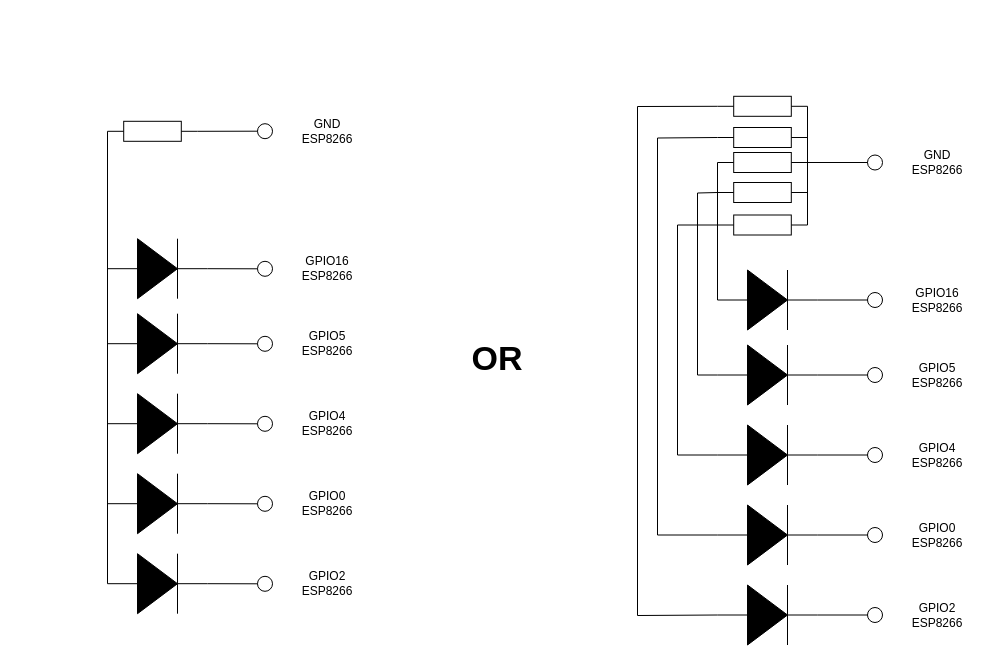
This is doc/diagram/movement_module.drawio from thornwishstalon/probable-liftoff-machine, a draw.io file, before an edit. Source tidied: cells renumbered, new cells numbered last; positions are measured from the earlier drawing's top-left corner, leaving out a move shared by most shapes. Both pictures are drawn from the tidied source at 100%, with x=0, y=0 at pixel (107, 96).
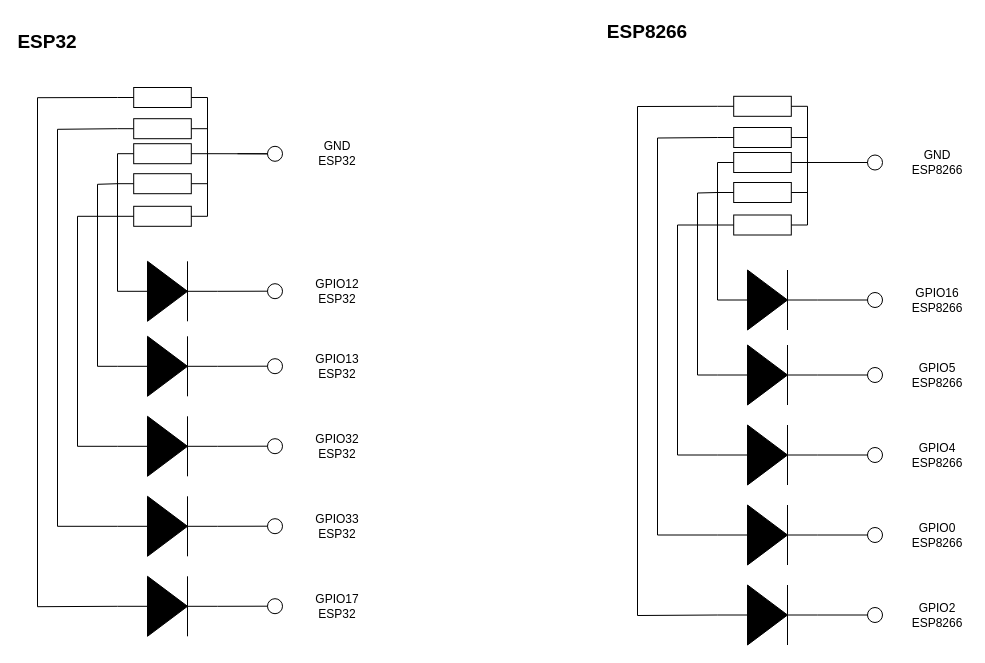
After the change.

What changed in the source:
```diff
@@
-    <mxCell id="2" style="verticalLabelPosition=bottom;shadow=0;dashed=0;align=center;html=1;verticalAlign=top;strokeWidth=1;shape=ellipse;perimeter=ellipsePerimeter;" parent="1" vertex="1">
-      <mxGeometry x="150" y="27.2" width="15" height="15" as="geometry" />
-    </mxCell>
-    <mxCell id="3" style="verticalLabelPosition=bottom;shadow=0;dashed=0;align=center;html=1;verticalAlign=top;strokeWidth=1;shape=ellipse;perimeter=ellipsePerimeter;" parent="1" vertex="1">
-      <mxGeometry x="150" y="164.8" width="15" height="15" as="geometry" />
-    </mxCell>
-    <mxCell id="4" value="GPIO16 ESP8266" style="text;html=1;strokeColor=none;fillColor=none;align=center;verticalAlign=middle;whiteSpace=wrap;rounded=0;" parent="1" vertex="1">
-      <mxGeometry x="190" y="157.2" width="60" height="30" as="geometry" />
-    </mxCell>
-    <mxCell id="5" value="GND ESP8266" style="text;html=1;strokeColor=none;fillColor=none;align=center;verticalAlign=middle;whiteSpace=wrap;rounded=0;" parent="1" vertex="1">
-      <mxGeometry x="190" y="19.8" width="60" height="30" as="geometry" />
-    </mxCell>
-    <mxCell id="6" style="verticalLabelPosition=bottom;shadow=0;dashed=0;align=center;html=1;verticalAlign=top;shape=mxgraph.electrical.resistors.resistor_1;" parent="1" vertex="1">
-      <mxGeometry y="24.8" width="90" height="20" as="geometry" />
-    </mxCell>
-    <mxCell id="7" style="endArrow=none;html=1;rounded=0;exitX=1;exitY=0.5;exitDx=0;exitDy=0;exitPerimeter=0;entryX=0;entryY=0.5;entryDx=0;entryDy=0;" parent="1" edge="1" source="9" target="3">
-      <mxGeometry relative="1" as="geometry" />
-    </mxCell>
-    <mxCell id="8" style="endArrow=none;html=1;rounded=0;entryX=0;entryY=0.5;entryDx=0;entryDy=0;entryPerimeter=0;exitX=0;exitY=0.5;exitDx=0;exitDy=0;exitPerimeter=0;" parent="1" edge="1" source="21" target="6">
-      <mxGeometry relative="1" as="geometry" />
-    </mxCell>
-    <mxCell id="9" style="fillColor=strokeColor;verticalLabelPosition=bottom;shadow=0;dashed=0;align=center;html=1;verticalAlign=top;shape=mxgraph.electrical.diodes.diode;" parent="1" vertex="1">
-      <mxGeometry y="142.2" width="100" height="60" as="geometry" />
-    </mxCell>
-    <mxCell id="10" style="verticalLabelPosition=bottom;shadow=0;dashed=0;align=center;html=1;verticalAlign=top;strokeWidth=1;shape=ellipse;perimeter=ellipsePerimeter;" parent="1" vertex="1">
-      <mxGeometry x="150" y="239.8" width="15" height="15" as="geometry" />
-    </mxCell>
-    <mxCell id="11" style="endArrow=none;html=1;rounded=0;exitX=1;exitY=0.5;exitDx=0;exitDy=0;exitPerimeter=0;entryX=0;entryY=0.5;entryDx=0;entryDy=0;" parent="1" edge="1" source="12" target="10">
-      <mxGeometry relative="1" as="geometry" />
-    </mxCell>
-    <mxCell id="12" style="fillColor=strokeColor;verticalLabelPosition=bottom;shadow=0;dashed=0;align=center;html=1;verticalAlign=top;shape=mxgraph.electrical.diodes.diode;" parent="1" vertex="1">
-      <mxGeometry y="217.2" width="100" height="60" as="geometry" />
-    </mxCell>
-    <mxCell id="13" style="verticalLabelPosition=bottom;shadow=0;dashed=0;align=center;html=1;verticalAlign=top;strokeWidth=1;shape=ellipse;perimeter=ellipsePerimeter;" parent="1" vertex="1">
-      <mxGeometry x="150" y="319.8" width="15" height="15" as="geometry" />
-    </mxCell>
-    <mxCell id="14" style="endArrow=none;html=1;rounded=0;exitX=1;exitY=0.5;exitDx=0;exitDy=0;exitPerimeter=0;entryX=0;entryY=0.5;entryDx=0;entryDy=0;" parent="1" edge="1" source="15" target="13">
-      <mxGeometry relative="1" as="geometry" />
-    </mxCell>
-    <mxCell id="15" style="fillColor=strokeColor;verticalLabelPosition=bottom;shadow=0;dashed=0;align=center;html=1;verticalAlign=top;shape=mxgraph.electrical.diodes.diode;" parent="1" vertex="1">
-      <mxGeometry y="297.2" width="100" height="60" as="geometry" />
-    </mxCell>
-    <mxCell id="16" style="verticalLabelPosition=bottom;shadow=0;dashed=0;align=center;html=1;verticalAlign=top;strokeWidth=1;shape=ellipse;perimeter=ellipsePerimeter;" parent="1" vertex="1">
-      <mxGeometry x="150" y="399.8" width="15" height="15" as="geometry" />
-    </mxCell>
-    <mxCell id="17" style="endArrow=none;html=1;rounded=0;exitX=1;exitY=0.5;exitDx=0;exitDy=0;exitPerimeter=0;entryX=0;entryY=0.5;entryDx=0;entryDy=0;" parent="1" edge="1" source="18" target="16">
-      <mxGeometry relative="1" as="geometry" />
-    </mxCell>
-    <mxCell id="18" style="fillColor=strokeColor;verticalLabelPosition=bottom;shadow=0;dashed=0;align=center;html=1;verticalAlign=top;shape=mxgraph.electrical.diodes.diode;" parent="1" vertex="1">
-      <mxGeometry y="377.2" width="100" height="60" as="geometry" />
-    </mxCell>
-    <mxCell id="19" style="verticalLabelPosition=bottom;shadow=0;dashed=0;align=center;html=1;verticalAlign=top;strokeWidth=1;shape=ellipse;perimeter=ellipsePerimeter;" parent="1" vertex="1">
-      <mxGeometry x="150" y="479.8" width="15" height="15" as="geometry" />
-    </mxCell>
-    <mxCell id="20" style="endArrow=none;html=1;rounded=0;exitX=1;exitY=0.5;exitDx=0;exitDy=0;exitPerimeter=0;entryX=0;entryY=0.5;entryDx=0;entryDy=0;" parent="1" edge="1" source="21" target="19">
-      <mxGeometry relative="1" as="geometry" />
-    </mxCell>
-    <mxCell id="21" style="fillColor=strokeColor;verticalLabelPosition=bottom;shadow=0;dashed=0;align=center;html=1;verticalAlign=top;shape=mxgraph.electrical.diodes.diode;" parent="1" vertex="1">
-      <mxGeometry y="457.2" width="100" height="60" as="geometry" />
-    </mxCell>
-    <mxCell id="22" style="endArrow=none;html=1;rounded=0;exitX=1;exitY=0.5;exitDx=0;exitDy=0;exitPerimeter=0;entryX=0;entryY=0.5;entryDx=0;entryDy=0;" parent="1" edge="1" source="6" target="2">
-      <mxGeometry relative="1" as="geometry" />
-    </mxCell>
-    <mxCell id="23" value="GPIO5 ESP8266" style="text;html=1;strokeColor=none;fillColor=none;align=center;verticalAlign=middle;whiteSpace=wrap;rounded=0;" parent="1" vertex="1">
-      <mxGeometry x="190" y="232.2" width="60" height="30" as="geometry" />
-    </mxCell>
-    <mxCell id="24" value="GPIO4 ESP8266" style="text;html=1;strokeColor=none;fillColor=none;align=center;verticalAlign=middle;whiteSpace=wrap;rounded=0;" parent="1" vertex="1">
-      <mxGeometry x="190" y="312.2" width="60" height="30" as="geometry" />
-    </mxCell>
-    <mxCell id="25" value="GPIO0 ESP8266" style="text;html=1;strokeColor=none;fillColor=none;align=center;verticalAlign=middle;whiteSpace=wrap;rounded=0;" parent="1" vertex="1">
-      <mxGeometry x="190" y="392.2" width="60" height="30" as="geometry" />
-    </mxCell>
-    <mxCell id="26" value="GPIO2 ESP8266" style="text;html=1;strokeColor=none;fillColor=none;align=center;verticalAlign=middle;whiteSpace=wrap;rounded=0;" parent="1" vertex="1">
-      <mxGeometry x="190" y="472.2" width="60" height="30" as="geometry" />
-    </mxCell>
@@
-    <mxCell id="62" value="&lt;b&gt;&lt;font style=&quot;font-size: 34px&quot;&gt;OR&lt;/font&gt;&lt;/b&gt;" style="text;html=1;strokeColor=none;fillColor=none;align=center;verticalAlign=middle;whiteSpace=wrap;rounded=0;" parent="1" vertex="1">
-      <mxGeometry x="360" y="247.2" width="60" height="30" as="geometry" />
-    </mxCell>
+    <mxCell id="63" style="verticalLabelPosition=bottom;shadow=0;dashed=0;align=center;html=1;verticalAlign=top;strokeWidth=1;shape=ellipse;perimeter=ellipsePerimeter;" parent="1" vertex="1">
+      <mxGeometry x="160" y="49.8" width="15" height="15" as="geometry" />
+    </mxCell>
+    <mxCell id="64" style="verticalLabelPosition=bottom;shadow=0;dashed=0;align=center;html=1;verticalAlign=top;strokeWidth=1;shape=ellipse;perimeter=ellipsePerimeter;" parent="1" vertex="1">
+      <mxGeometry x="160" y="187.2" width="15" height="15" as="geometry" />
+    </mxCell>
+    <mxCell id="65" value="GPIO12 ESP32" style="text;html=1;strokeColor=none;fillColor=none;align=center;verticalAlign=middle;whiteSpace=wrap;rounded=0;" parent="1" vertex="1">
+      <mxGeometry x="200" y="179.8" width="60" height="30" as="geometry" />
+    </mxCell>
+    <mxCell id="66" value="GND ESP32" style="text;html=1;strokeColor=none;fillColor=none;align=center;verticalAlign=middle;whiteSpace=wrap;rounded=0;" parent="1" vertex="1">
+      <mxGeometry x="200" y="42.2" width="60" height="30" as="geometry" />
+    </mxCell>
+    <mxCell id="67" style="verticalLabelPosition=bottom;shadow=0;dashed=0;align=center;html=1;verticalAlign=top;shape=mxgraph.electrical.resistors.resistor_1;" parent="1" vertex="1">
+      <mxGeometry x="10" y="47.2" width="90" height="20" as="geometry" />
+    </mxCell>
+    <mxCell id="68" style="endArrow=none;html=1;rounded=0;exitX=1;exitY=0.5;exitDx=0;exitDy=0;exitPerimeter=0;entryX=0;entryY=0.5;entryDx=0;entryDy=0;" parent="1" edge="1" source="70" target="64">
+      <mxGeometry relative="1" as="geometry" />
+    </mxCell>
+    <mxCell id="69" style="endArrow=none;html=1;rounded=0;entryX=0;entryY=0.5;entryDx=0;entryDy=0;entryPerimeter=0;exitX=0;exitY=0.5;exitDx=0;exitDy=0;exitPerimeter=0;" parent="1" edge="1" source="70" target="67">
+      <mxGeometry relative="1" as="geometry" />
+    </mxCell>
+    <mxCell id="70" style="fillColor=strokeColor;verticalLabelPosition=bottom;shadow=0;dashed=0;align=center;html=1;verticalAlign=top;shape=mxgraph.electrical.diodes.diode;" parent="1" vertex="1">
+      <mxGeometry x="10" y="164.8" width="100" height="60" as="geometry" />
+    </mxCell>
+    <mxCell id="71" style="verticalLabelPosition=bottom;shadow=0;dashed=0;align=center;html=1;verticalAlign=top;strokeWidth=1;shape=ellipse;perimeter=ellipsePerimeter;" parent="1" vertex="1">
+      <mxGeometry x="160" y="262.2" width="15" height="15" as="geometry" />
+    </mxCell>
+    <mxCell id="72" style="endArrow=none;html=1;rounded=0;exitX=1;exitY=0.5;exitDx=0;exitDy=0;exitPerimeter=0;entryX=0;entryY=0.5;entryDx=0;entryDy=0;" parent="1" edge="1" source="73" target="71">
+      <mxGeometry relative="1" as="geometry" />
+    </mxCell>
+    <mxCell id="73" style="fillColor=strokeColor;verticalLabelPosition=bottom;shadow=0;dashed=0;align=center;html=1;verticalAlign=top;shape=mxgraph.electrical.diodes.diode;" parent="1" vertex="1">
+      <mxGeometry x="10" y="239.8" width="100" height="60" as="geometry" />
+    </mxCell>
+    <mxCell id="74" style="verticalLabelPosition=bottom;shadow=0;dashed=0;align=center;html=1;verticalAlign=top;strokeWidth=1;shape=ellipse;perimeter=ellipsePerimeter;" parent="1" vertex="1">
+      <mxGeometry x="160" y="342.2" width="15" height="15" as="geometry" />
+    </mxCell>
+    <mxCell id="75" style="endArrow=none;html=1;rounded=0;exitX=1;exitY=0.5;exitDx=0;exitDy=0;exitPerimeter=0;entryX=0;entryY=0.5;entryDx=0;entryDy=0;" parent="1" edge="1" source="76" target="74">
+      <mxGeometry relative="1" as="geometry" />
+    </mxCell>
+    <mxCell id="76" style="fillColor=strokeColor;verticalLabelPosition=bottom;shadow=0;dashed=0;align=center;html=1;verticalAlign=top;shape=mxgraph.electrical.diodes.diode;" parent="1" vertex="1">
+      <mxGeometry x="10" y="319.8" width="100" height="60" as="geometry" />
+    </mxCell>
+    <mxCell id="77" style="verticalLabelPosition=bottom;shadow=0;dashed=0;align=center;html=1;verticalAlign=top;strokeWidth=1;shape=ellipse;perimeter=ellipsePerimeter;" parent="1" vertex="1">
+      <mxGeometry x="160" y="422.2" width="15" height="15" as="geometry" />
+    </mxCell>
+    <mxCell id="78" style="endArrow=none;html=1;rounded=0;exitX=1;exitY=0.5;exitDx=0;exitDy=0;exitPerimeter=0;entryX=0;entryY=0.5;entryDx=0;entryDy=0;" parent="1" edge="1" source="79" target="77">
+      <mxGeometry relative="1" as="geometry" />
+    </mxCell>
+    <mxCell id="79" style="fillColor=strokeColor;verticalLabelPosition=bottom;shadow=0;dashed=0;align=center;html=1;verticalAlign=top;shape=mxgraph.electrical.diodes.diode;" parent="1" vertex="1">
+      <mxGeometry x="10" y="399.8" width="100" height="60" as="geometry" />
+    </mxCell>
+    <mxCell id="80" style="verticalLabelPosition=bottom;shadow=0;dashed=0;align=center;html=1;verticalAlign=top;strokeWidth=1;shape=ellipse;perimeter=ellipsePerimeter;" parent="1" vertex="1">
+      <mxGeometry x="160" y="502.2" width="15" height="15" as="geometry" />
+    </mxCell>
+    <mxCell id="81" style="endArrow=none;html=1;rounded=0;exitX=1;exitY=0.5;exitDx=0;exitDy=0;exitPerimeter=0;entryX=0;entryY=0.5;entryDx=0;entryDy=0;" parent="1" edge="1" source="82" target="80">
+      <mxGeometry relative="1" as="geometry" />
+    </mxCell>
+    <mxCell id="82" style="fillColor=strokeColor;verticalLabelPosition=bottom;shadow=0;dashed=0;align=center;html=1;verticalAlign=top;shape=mxgraph.electrical.diodes.diode;" parent="1" vertex="1">
+      <mxGeometry x="10" y="479.8" width="100" height="60" as="geometry" />
+    </mxCell>
+    <mxCell id="83" style="endArrow=none;html=1;rounded=0;entryX=0;entryY=0.5;entryDx=0;entryDy=0;" parent="1" edge="1" target="63">
+      <mxGeometry relative="1" as="geometry">
+        <mxPoint x="130" y="57.2" as="sourcePoint" />
+      </mxGeometry>
+    </mxCell>
+    <mxCell id="84" value="GPIO13 ESP32" style="text;html=1;strokeColor=none;fillColor=none;align=center;verticalAlign=middle;whiteSpace=wrap;rounded=0;" parent="1" vertex="1">
+      <mxGeometry x="200" y="254.8" width="60" height="30" as="geometry" />
+    </mxCell>
+    <mxCell id="85" value="GPIO32 ESP32" style="text;html=1;strokeColor=none;fillColor=none;align=center;verticalAlign=middle;whiteSpace=wrap;rounded=0;" parent="1" vertex="1">
+      <mxGeometry x="200" y="334.8" width="60" height="30" as="geometry" />
+    </mxCell>
+    <mxCell id="86" value="GPIO33 ESP32" style="text;html=1;strokeColor=none;fillColor=none;align=center;verticalAlign=middle;whiteSpace=wrap;rounded=0;" parent="1" vertex="1">
+      <mxGeometry x="200" y="414.8" width="60" height="30" as="geometry" />
+    </mxCell>
+    <mxCell id="87" value="GPIO17 ESP32" style="text;html=1;strokeColor=none;fillColor=none;align=center;verticalAlign=middle;whiteSpace=wrap;rounded=0;" parent="1" vertex="1">
+      <mxGeometry x="200" y="494.8" width="60" height="30" as="geometry" />
+    </mxCell>
+    <mxCell id="88" style="verticalLabelPosition=bottom;shadow=0;dashed=0;align=center;html=1;verticalAlign=top;shape=mxgraph.electrical.resistors.resistor_1;" parent="1" vertex="1">
+      <mxGeometry x="10" y="77.2" width="90" height="20" as="geometry" />
+    </mxCell>
+    <mxCell id="89" style="endArrow=none;html=1;rounded=0;entryX=0;entryY=0.5;entryDx=0;entryDy=0;entryPerimeter=0;exitX=0;exitY=0.5;exitDx=0;exitDy=0;exitPerimeter=0;" parent="1" edge="1" source="73" target="88">
+      <mxGeometry relative="1" as="geometry">
+        <Array as="points">
+          <mxPoint x="-10" y="269.8" />
+          <mxPoint x="-10" y="87.8" />
+        </Array>
+      </mxGeometry>
+    </mxCell>
+    <mxCell id="90" style="verticalLabelPosition=bottom;shadow=0;dashed=0;align=center;html=1;verticalAlign=top;shape=mxgraph.electrical.resistors.resistor_1;" parent="1" vertex="1">
+      <mxGeometry x="10" y="109.8" width="90" height="20" as="geometry" />
+    </mxCell>
+    <mxCell id="91" style="endArrow=none;html=1;rounded=0;entryX=0;entryY=0.5;entryDx=0;entryDy=0;entryPerimeter=0;exitX=0;exitY=0.5;exitDx=0;exitDy=0;exitPerimeter=0;" parent="1" edge="1" source="76" target="90">
+      <mxGeometry relative="1" as="geometry">
+        <Array as="points">
+          <mxPoint x="-30" y="349.8" />
+          <mxPoint x="-30" y="119.8" />
+        </Array>
+      </mxGeometry>
+    </mxCell>
+    <mxCell id="92" style="verticalLabelPosition=bottom;shadow=0;dashed=0;align=center;html=1;verticalAlign=top;shape=mxgraph.electrical.resistors.resistor_1;" parent="1" vertex="1">
+      <mxGeometry x="10" y="22.2" width="90" height="20" as="geometry" />
+    </mxCell>
+    <mxCell id="93" style="endArrow=none;html=1;rounded=0;entryX=0;entryY=0.5;entryDx=0;entryDy=0;entryPerimeter=0;exitX=0;exitY=0.5;exitDx=0;exitDy=0;exitPerimeter=0;" parent="1" edge="1" source="79" target="92">
+      <mxGeometry relative="1" as="geometry">
+        <Array as="points">
+          <mxPoint x="-50" y="429.8" />
+          <mxPoint x="-50" y="32.8" />
+        </Array>
+      </mxGeometry>
+    </mxCell>
+    <mxCell id="94" style="verticalLabelPosition=bottom;shadow=0;dashed=0;align=center;html=1;verticalAlign=top;shape=mxgraph.electrical.resistors.resistor_1;" parent="1" vertex="1">
+      <mxGeometry x="10" y="-9" width="90" height="20" as="geometry" />
+    </mxCell>
+    <mxCell id="95" style="endArrow=none;html=1;rounded=0;entryX=0;entryY=0.5;entryDx=0;entryDy=0;entryPerimeter=0;exitX=0;exitY=0.5;exitDx=0;exitDy=0;exitPerimeter=0;" parent="1" edge="1" source="82" target="94">
+      <mxGeometry relative="1" as="geometry">
+        <Array as="points">
+          <mxPoint x="-70" y="510.2" />
+          <mxPoint x="-70" y="1.2" />
+        </Array>
+      </mxGeometry>
+    </mxCell>
+    <mxCell id="96" style="endArrow=none;html=1;rounded=0;entryX=1;entryY=0.5;entryDx=0;entryDy=0;entryPerimeter=0;exitX=1;exitY=0.5;exitDx=0;exitDy=0;exitPerimeter=0;" parent="1" edge="1" source="90" target="94">
+      <mxGeometry relative="1" as="geometry" />
+    </mxCell>
+    <mxCell id="97" style="endArrow=none;html=1;rounded=0;entryX=0;entryY=0.5;entryDx=0;entryDy=0;" parent="1" edge="1" target="63">
+      <mxGeometry relative="1" as="geometry">
+        <mxPoint x="100" y="57.2" as="sourcePoint" />
+      </mxGeometry>
+    </mxCell>
+    <mxCell id="98" value="&lt;b&gt;&lt;font style=&quot;font-size: 19px&quot;&gt;ESP32&lt;/font&gt;&lt;/b&gt;" style="text;html=1;strokeColor=none;fillColor=none;align=center;verticalAlign=middle;whiteSpace=wrap;rounded=0;" parent="1" vertex="1">
+      <mxGeometry x="-90" y="-69" width="60" height="30" as="geometry" />
+    </mxCell>
+    <mxCell id="99" value="&lt;font style=&quot;font-size: 19px&quot;&gt;&lt;b&gt;ESP8266&lt;/b&gt;&lt;/font&gt;" style="text;html=1;strokeColor=none;fillColor=none;align=center;verticalAlign=middle;whiteSpace=wrap;rounded=0;" parent="1" vertex="1">
+      <mxGeometry x="510" y="-79" width="60" height="30" as="geometry" />
+    </mxCell>
```
